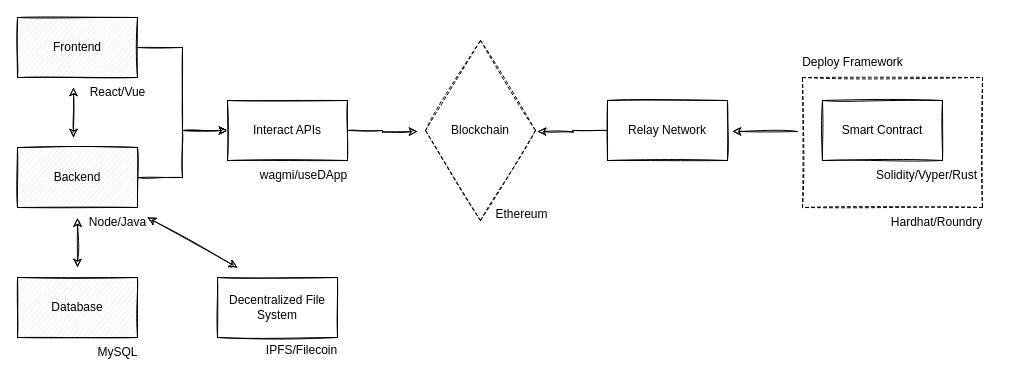
The draw.io diagram web3.0/web3.0tech overall.drawio in harrybaa/drawio_bucket, before the edit. Source tidied: cells renumbered, new cells numbered last; positions are measured from the earlier drawing's top-left corner, leaving out a move shared by most shapes. Both pictures are drawn from the tidied source at 100%, with x=0, y=0 at pixel (17, 17).
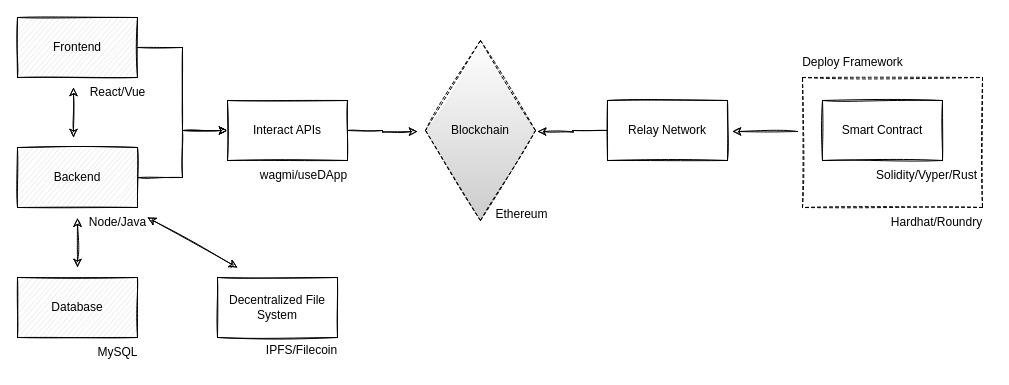
The same diagram, later.

The edit, as a diff of the source:
```diff
@@
-    <mxCell id="27" value="Blockchain" style="rhombus;whiteSpace=wrap;html=1;dashed=1;sketch=1;fillColor=#FFFFFF;fillStyle=auto;" parent="1" vertex="1">
+    <mxCell id="27" value="Blockchain" style="rhombus;whiteSpace=wrap;html=1;dashed=1;sketch=1;fillColor=#FFFFFF;fillStyle=auto;gradientColor=#CCCCCC;" parent="1" vertex="1">
       <mxGeometry x="408" y="23" width="110" height="180" as="geometry" />
     </mxCell>
```
